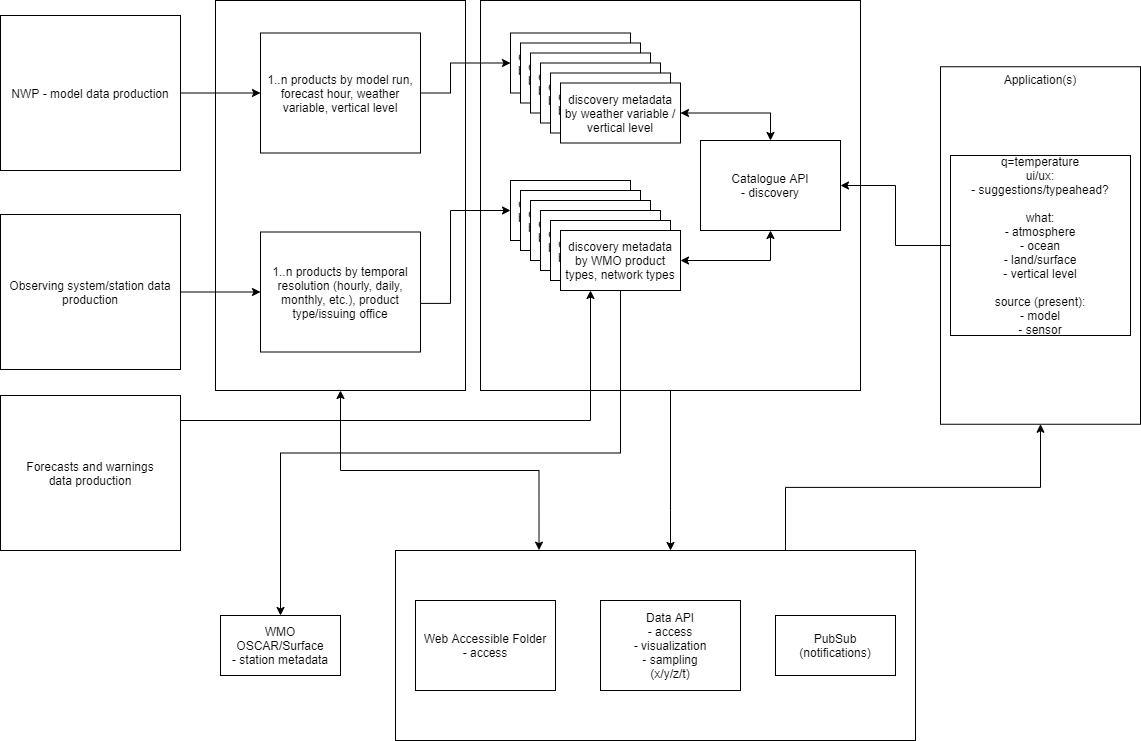
The draw.io diagram report/images/metadata-discovery-workflow.png in wmo-im/wis2-metadata-search, before a commit. Source tidied: cells renumbered, new cells last; positions are measured from the earlier drawing's top-left corner, leaving out a move shared by most shapes.
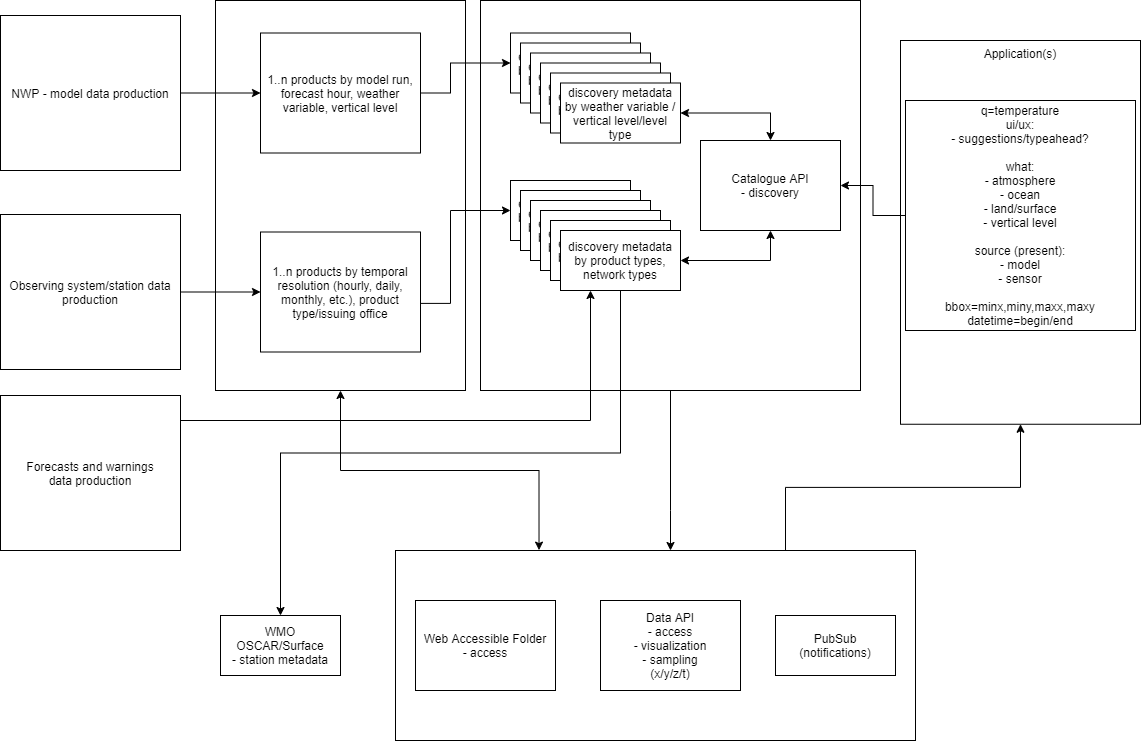
After the change.

Commit message:
update discovery metadata workflow diagram

The edit, as a diff of the source:
```diff
@@ -3,7 +3,7 @@
     <mxCell id="0" />
     <mxCell id="1" parent="0" />
     <mxCell id="2" value="Application(s)" style="rounded=0;whiteSpace=wrap;html=1;horizontal=1;verticalAlign=top;" parent="1" vertex="1">
-      <mxGeometry x="940" y="66.2" width="200" height="357.5" as="geometry" />
+      <mxGeometry x="900" y="40" width="240" height="383.8" as="geometry" />
     </mxCell>
     <mxCell id="3" style="edgeStyle=orthogonalEdgeStyle;rounded=0;jettySize=auto;html=1;exitX=0.5;exitY=1;exitDx=0;exitDy=0;" parent="1" edge="1" source="4" target="36">
       <mxGeometry relative="1" as="geometry">
@@ -25,8 +25,8 @@
     <mxCell id="7" style="edgeStyle=orthogonalEdgeStyle;rounded=0;jettySize=auto;html=1;exitX=0;exitY=0.5;exitDx=0;exitDy=0;" parent="1" edge="1" source="8" target="21">
       <mxGeometry relative="1" as="geometry" />
     </mxCell>
-    <mxCell id="8" value="q=temperature&lt;br&gt;ui/ux:&lt;br&gt;- suggestions/typeahead?&lt;br&gt;&lt;br&gt;what:&lt;br&gt;- atmosphere&lt;br&gt;- ocean&lt;br&gt;- land/surface&lt;br&gt;- vertical level&lt;br&gt;&lt;br&gt;source (present):&lt;br&gt;- model&lt;br&gt;- sensor" style="whiteSpace=wrap;html=1;" parent="1" vertex="1">
-      <mxGeometry x="950" y="155" width="180" height="180" as="geometry" />
+    <mxCell id="8" value="q=temperature&lt;br&gt;ui/ux:&lt;br&gt;- suggestions/typeahead?&lt;br&gt;&lt;br&gt;what:&lt;br&gt;- atmosphere&lt;br&gt;- ocean&lt;br&gt;- land/surface&lt;br&gt;- vertical level&lt;br&gt;&lt;br&gt;source (present):&lt;br&gt;- model&lt;br&gt;- sensor&lt;br&gt;&lt;br&gt;bbox=minx,miny,maxx,maxy&lt;br&gt;datetime=begin/end" style="whiteSpace=wrap;html=1;" parent="1" vertex="1">
+      <mxGeometry x="905" y="100" width="230" height="230" as="geometry" />
     </mxCell>
     <mxCell id="9" value="1..n products by model run, forecast hour, weather variable, vertical level" style="rounded=0;whiteSpace=wrap;html=1;" parent="1" vertex="1">
       <mxGeometry x="260" y="32.5" width="160" height="120" as="geometry" />
@@ -55,7 +55,7 @@
     <mxCell id="17" value="discovery metadata&lt;br&gt;by weather variable" style="rounded=0;whiteSpace=wrap;html=1;" parent="12" vertex="1">
       <mxGeometry x="40" y="40" width="120" height="60" as="geometry" />
     </mxCell>
-    <mxCell id="18" value="discovery metadata&lt;br&gt;by weather variable / vertical level" style="rounded=0;whiteSpace=wrap;html=1;" parent="12" vertex="1">
+    <mxCell id="18" value="discovery metadata&lt;br&gt;by weather variable / vertical level/level type" style="rounded=0;whiteSpace=wrap;html=1;" parent="12" vertex="1">
       <mxGeometry x="50" y="50" width="120" height="60" as="geometry" />
     </mxCell>
     <mxCell id="19" style="endArrow=classic;html=1;rounded=0;edgeStyle=orthogonalEdgeStyle;exitX=1;exitY=0.5;exitDx=0;exitDy=0;entryX=0;entryY=0.5;entryDx=0;entryDy=0;" parent="1" edge="1" source="9" target="13">
@@ -99,7 +99,7 @@
     <mxCell id="30" value="discovery metadata&lt;br&gt;by weather variable" style="rounded=0;whiteSpace=wrap;html=1;" parent="25" vertex="1">
       <mxGeometry x="40" y="40" width="120" height="60" as="geometry" />
     </mxCell>
-    <mxCell id="31" value="discovery metadata&lt;br&gt;by WMO product types, network types" style="rounded=0;whiteSpace=wrap;html=1;" parent="25" vertex="1">
+    <mxCell id="31" value="discovery metadata&lt;br&gt;by product types, network types" style="rounded=0;whiteSpace=wrap;html=1;" parent="25" vertex="1">
       <mxGeometry x="50" y="50" width="120" height="60" as="geometry" />
     </mxCell>
     <mxCell id="32" style="startArrow=classic;endArrow=classic;html=1;rounded=0;edgeStyle=orthogonalEdgeStyle;exitX=1;exitY=0.5;exitDx=0;exitDy=0;entryX=0.5;entryY=0;entryDx=0;entryDy=0;" parent="1" edge="1" source="18" target="21">
```
